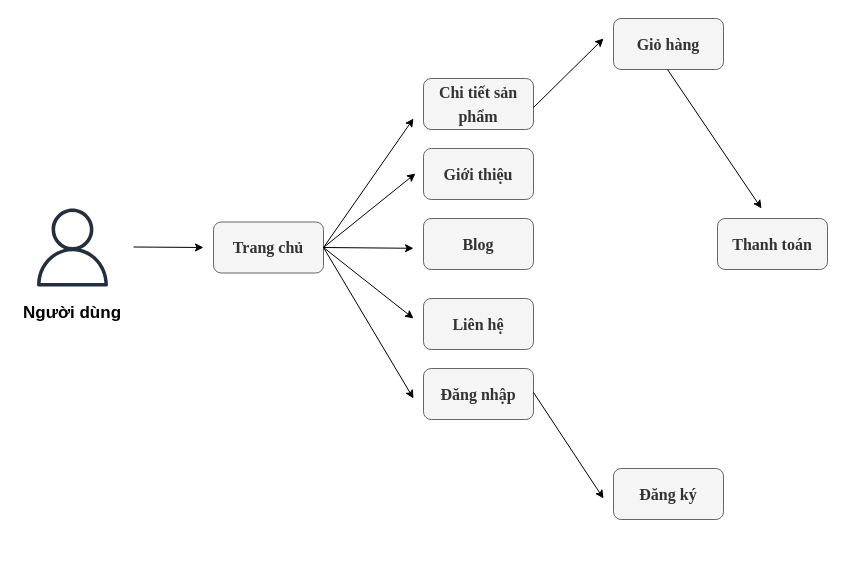
The draw.io diagram src/Biểu đồ không có tiêu đề.drawio in Xuan-Huynh/Shop-Shoes, before the edit. Source tidied: cells renumbered, new cells numbered last; positions are measured from the earlier drawing's top-left corner, leaving out a move shared by most shapes. Both pictures are drawn from the tidied source at 100%, with x=0, y=0 at pixel (17, 18).
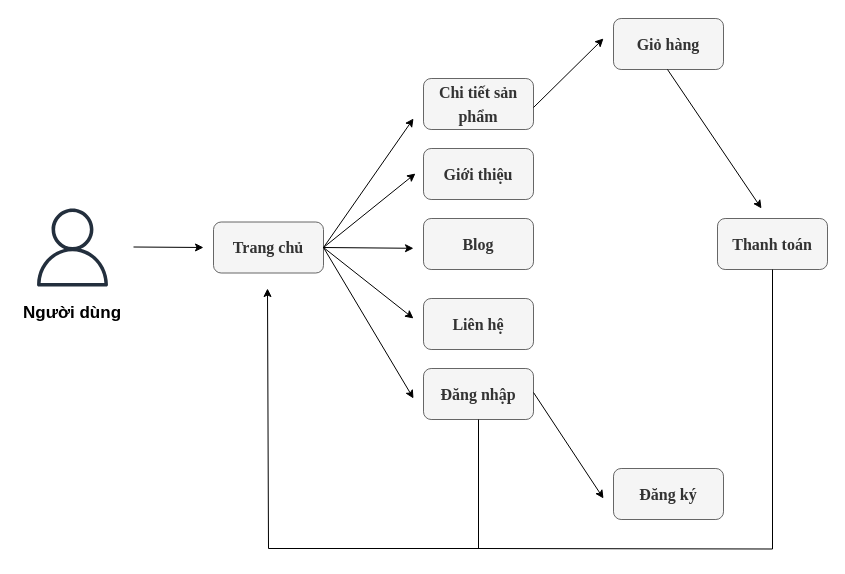
After the change.

Unchanged cells that the change refers to:
```xml
<mxCell id="11" value="&lt;h2 style=&quot;border-color: var(--border-color); color: rgb(51, 51, 51); font-family: &amp;quot;Times New Roman&amp;quot;; line-height: 23.4px;&quot;&gt;&lt;span style=&quot;font-size: 16px;&quot;&gt;Đăng nhập&lt;/span&gt;&lt;/h2&gt;" style="rounded=1;whiteSpace=wrap;html=1;fillColor=#f5f5f5;fontColor=#333333;strokeColor=#666666;align=center;" parent="1" vertex="1">
  <mxGeometry x="406" y="350" width="110" height="51" as="geometry" />
</mxCell>
<mxCell id="20" value="&lt;h2 style=&quot;border-color: var(--border-color); color: rgb(51, 51, 51); font-family: &amp;quot;Times New Roman&amp;quot;; line-height: 23.4px;&quot;&gt;&lt;span style=&quot;border-color: var(--border-color); font-size: 16px; background-color: initial;&quot;&gt;Thanh toán&lt;/span&gt;&lt;/h2&gt;" style="rounded=1;whiteSpace=wrap;html=1;fillColor=#f5f5f5;fontColor=#333333;strokeColor=#666666;align=center;" parent="1" vertex="1">
  <mxGeometry x="700" y="200" width="110" height="51" as="geometry" />
</mxCell>
```

The edit, as a diff of the source:
```diff
@@
+    <mxCell id="22" style="endArrow=classic;html=1;rounded=0;edgeStyle=orthogonalEdgeStyle;exitX=0.5;exitY=1;exitDx=0;exitDy=0;" parent="1" edge="1" source="11">
+      <mxGeometry relative="1" as="geometry">
+        <mxPoint x="250" y="270" as="targetPoint" />
+        <Array as="points">
+          <mxPoint x="461" y="530" />
+          <mxPoint x="251" y="530" />
+          <mxPoint x="251" y="270" />
+        </Array>
+      </mxGeometry>
+    </mxCell>
+    <mxCell id="23" style="endArrow=none;html=1;rounded=0;edgeStyle=orthogonalEdgeStyle;entryX=0.5;entryY=1;entryDx=0;entryDy=0;" parent="1" edge="1" target="20">
+      <mxGeometry relative="1" as="geometry">
+        <mxPoint x="460" y="530" as="sourcePoint" />
+      </mxGeometry>
+    </mxCell>
```
